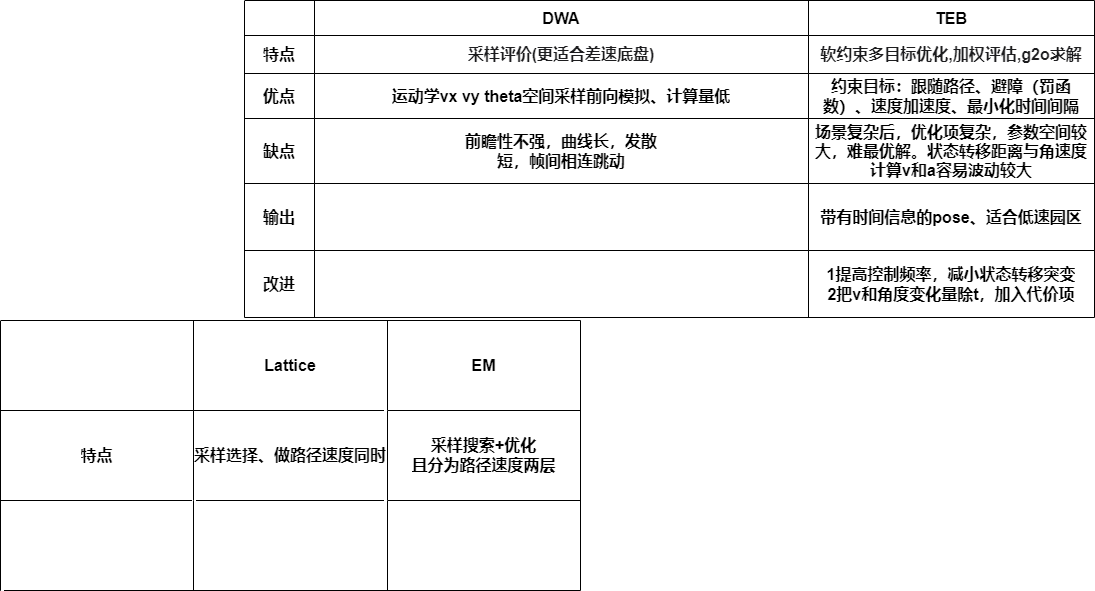
JonHarold/MAPF keeps this draw.io diagram as fisrst.drawio.png. Above is the earlier version. Source tidied: cells renumbered, new cells last; positions are measured from the earlier drawing's top-left corner, leaving out a move shared by most shapes.
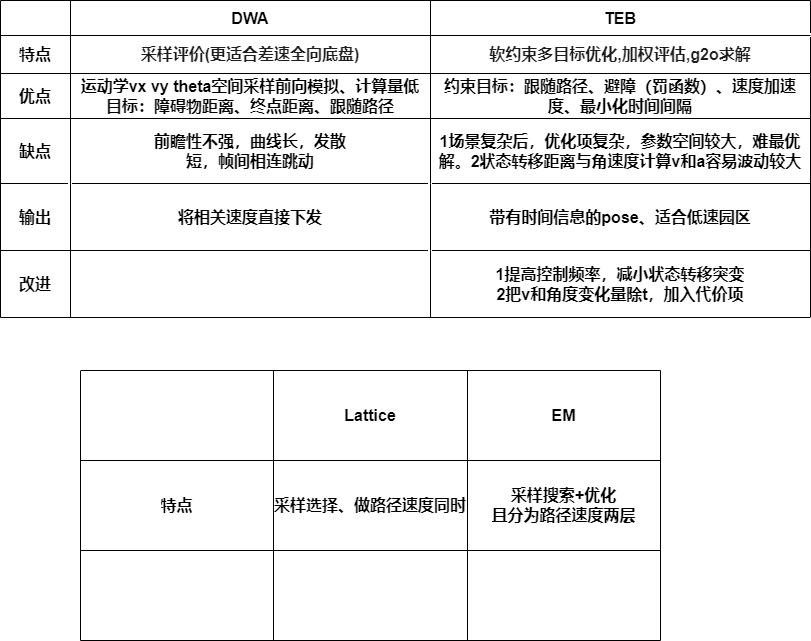
Later version of the same file.

The edit, as a diff of the source:
```diff
@@ -3,82 +3,82 @@
     <mxCell id="0" />
     <mxCell id="1" parent="0" />
     <mxCell id="2" style="shape=table;startSize=0;fontSize=16;fontStyle=1;" parent="1" vertex="1">
-      <mxGeometry x="244" width="850" height="317" as="geometry" />
+      <mxGeometry x="224" y="-50" width="810" height="317" as="geometry" />
     </mxCell>
     <mxCell id="3" style="shape=tableRow;horizontal=0;startSize=0;swimlaneHead=0;swimlaneBody=0;top=0;left=0;bottom=0;right=0;fillColor=none;fontSize=16;fontStyle=1;" parent="2" vertex="1">
-      <mxGeometry width="850" height="35" as="geometry" />
+      <mxGeometry width="810" height="35" as="geometry" />
     </mxCell>
     <mxCell id="4" style="shape=partialRectangle;html=1;whiteSpace=wrap;overflow=hidden;fillColor=none;top=0;left=0;bottom=0;right=0;fontSize=16;fontStyle=1;" parent="3" vertex="1">
       <mxGeometry width="70" height="35" as="geometry" />
     </mxCell>
     <mxCell id="5" value="DWA" style="shape=partialRectangle;html=1;whiteSpace=wrap;overflow=hidden;fillColor=none;top=0;left=0;bottom=0;right=0;fontSize=16;fontStyle=1;" parent="3" vertex="1">
-      <mxGeometry x="70" width="494" height="35" as="geometry" />
+      <mxGeometry x="70" width="360" height="35" as="geometry" />
     </mxCell>
     <mxCell id="6" value="TEB" style="shape=partialRectangle;html=1;whiteSpace=wrap;overflow=hidden;fillColor=none;top=0;left=0;bottom=0;right=0;fontSize=16;fontStyle=1;" parent="3" vertex="1">
-      <mxGeometry x="564" width="286" height="35" as="geometry" />
+      <mxGeometry x="430" width="380" height="35" as="geometry" />
     </mxCell>
     <mxCell id="7" style="shape=tableRow;horizontal=0;startSize=0;swimlaneHead=0;swimlaneBody=0;top=0;left=0;bottom=0;right=0;fillColor=none;fontSize=16;fontStyle=1;" parent="2" vertex="1">
-      <mxGeometry y="35" width="850" height="38" as="geometry" />
+      <mxGeometry y="35" width="810" height="38" as="geometry" />
     </mxCell>
     <mxCell id="8" value="特点" style="shape=partialRectangle;html=1;whiteSpace=wrap;overflow=hidden;fillColor=none;top=0;left=0;bottom=0;right=0;fontSize=16;fontStyle=1;" parent="7" vertex="1">
       <mxGeometry width="70" height="38" as="geometry" />
     </mxCell>
-    <mxCell id="9" value="&lt;span style=&quot;color: rgb(29, 29, 31); font-family: SourceSansPro, -apple-system, &amp;quot;PingFang SC&amp;quot;, &amp;quot;Apple Color Emoji&amp;quot;, BlinkMacSystemFont, Helvetica, Arial, &amp;quot;Segoe UI Emoji&amp;quot;, &amp;quot;Segoe UI Symbol&amp;quot;, &amp;quot;Microsoft YaHei&amp;quot;, 微软雅黑, 黑体, Heiti, sans-serif, SimSun, 宋体, serif; font-size: 16px; text-align: start; background-color: rgb(255, 255, 255);&quot;&gt;采样评价(更适合差速底盘)&lt;/span&gt;" style="shape=partialRectangle;html=1;whiteSpace=wrap;overflow=hidden;fillColor=none;top=0;left=0;bottom=0;right=0;fontSize=16;fontStyle=1;" parent="7" vertex="1">
-      <mxGeometry x="70" width="494" height="38" as="geometry" />
+    <mxCell id="9" value="&lt;span style=&quot;color: rgb(29, 29, 31); font-family: SourceSansPro, -apple-system, &amp;quot;PingFang SC&amp;quot;, &amp;quot;Apple Color Emoji&amp;quot;, BlinkMacSystemFont, Helvetica, Arial, &amp;quot;Segoe UI Emoji&amp;quot;, &amp;quot;Segoe UI Symbol&amp;quot;, &amp;quot;Microsoft YaHei&amp;quot;, 微软雅黑, 黑体, Heiti, sans-serif, SimSun, 宋体, serif; font-size: 16px; text-align: start; background-color: rgb(255, 255, 255);&quot;&gt;采样评价(更适合差速全向底盘)&lt;/span&gt;" style="shape=partialRectangle;html=1;whiteSpace=wrap;overflow=hidden;fillColor=none;top=0;left=0;bottom=0;right=0;fontSize=16;fontStyle=1;" parent="7" vertex="1">
+      <mxGeometry x="70" width="360" height="38" as="geometry" />
     </mxCell>
     <mxCell id="10" value="&lt;span style=&quot;color: rgb(29, 29, 31); font-family: SourceSansPro, -apple-system, &amp;quot;PingFang SC&amp;quot;, &amp;quot;Apple Color Emoji&amp;quot;, BlinkMacSystemFont, Helvetica, Arial, &amp;quot;Segoe UI Emoji&amp;quot;, &amp;quot;Segoe UI Symbol&amp;quot;, &amp;quot;Microsoft YaHei&amp;quot;, 微软雅黑, 黑体, Heiti, sans-serif, SimSun, 宋体, serif; font-size: 16px; text-align: start; background-color: rgb(255, 255, 255);&quot;&gt;软约束多目标优化,加权评估,g2o求解&lt;/span&gt;" style="shape=partialRectangle;html=1;whiteSpace=wrap;overflow=hidden;fillColor=none;top=0;left=0;bottom=0;right=0;fontSize=16;fontStyle=1;" parent="7" vertex="1">
-      <mxGeometry x="564" width="286" height="38" as="geometry" />
+      <mxGeometry x="430" width="380" height="38" as="geometry" />
     </mxCell>
     <mxCell id="11" style="shape=tableRow;horizontal=0;startSize=0;swimlaneHead=0;swimlaneBody=0;top=0;left=0;bottom=0;right=0;fillColor=none;fontSize=16;fontStyle=1;" parent="2" vertex="1">
-      <mxGeometry y="73" width="850" height="45" as="geometry" />
+      <mxGeometry y="73" width="810" height="45" as="geometry" />
     </mxCell>
     <mxCell id="12" value="优点" style="shape=partialRectangle;html=1;whiteSpace=wrap;overflow=hidden;fillColor=none;top=0;left=0;bottom=0;right=0;fontSize=16;fontStyle=1;" parent="11" vertex="1">
       <mxGeometry width="70" height="45" as="geometry" />
     </mxCell>
-    <mxCell id="13" value="运动学vx vy theta空间采样前向模拟、计算量低" style="shape=partialRectangle;html=1;whiteSpace=wrap;overflow=hidden;fillColor=none;top=0;left=0;bottom=0;right=0;fontSize=16;fontStyle=1;" parent="11" vertex="1">
-      <mxGeometry x="70" width="494" height="45" as="geometry" />
+    <mxCell id="13" value="运动学vx vy theta空间采样前向模拟、计算量低&lt;br&gt;目标：障碍物距离、终点距离、跟随路径" style="shape=partialRectangle;html=1;whiteSpace=wrap;overflow=hidden;fillColor=none;top=0;left=0;bottom=0;right=0;fontSize=16;fontStyle=1;" parent="11" vertex="1">
+      <mxGeometry x="70" width="360" height="45" as="geometry" />
     </mxCell>
     <mxCell id="14" value="约束目标：跟随路径、避障（罚函数）、速度加速度、最小化时间间隔" style="shape=partialRectangle;html=1;whiteSpace=wrap;overflow=hidden;fillColor=none;top=0;left=0;bottom=0;right=0;fontSize=16;fontStyle=1;" parent="11" vertex="1">
-      <mxGeometry x="564" width="286" height="45" as="geometry" />
+      <mxGeometry x="430" width="380" height="45" as="geometry" />
     </mxCell>
     <mxCell id="15" style="shape=tableRow;horizontal=0;startSize=0;swimlaneHead=0;swimlaneBody=0;top=0;left=0;bottom=0;right=0;fillColor=none;fontSize=16;fontStyle=1;" parent="2" vertex="1">
-      <mxGeometry y="118" width="850" height="65" as="geometry" />
+      <mxGeometry y="118" width="810" height="65" as="geometry" />
     </mxCell>
     <mxCell id="16" value="缺点" style="shape=partialRectangle;html=1;whiteSpace=wrap;overflow=hidden;fillColor=none;top=0;left=0;bottom=0;right=0;fontSize=16;fontStyle=1;" parent="15" vertex="1">
       <mxGeometry width="70" height="65" as="geometry" />
     </mxCell>
     <mxCell id="17" value="前瞻性不强，曲线长，发散&lt;br style=&quot;font-size: 16px;&quot;&gt;短，帧间相连跳动" style="shape=partialRectangle;html=1;whiteSpace=wrap;overflow=hidden;fillColor=none;top=0;left=0;bottom=0;right=0;fontSize=16;fontStyle=1;" parent="15" vertex="1">
-      <mxGeometry x="70" width="494" height="65" as="geometry" />
+      <mxGeometry x="70" width="360" height="65" as="geometry" />
     </mxCell>
-    <mxCell id="18" value="场景复杂后，优化项复杂，参数空间较大，难最优解。状态转移距离与角速度计算v和a容易波动较大" style="shape=partialRectangle;html=1;whiteSpace=wrap;overflow=hidden;fillColor=none;top=0;left=0;bottom=0;right=0;fontSize=16;fontStyle=1;" parent="15" vertex="1">
-      <mxGeometry x="564" width="286" height="65" as="geometry" />
+    <mxCell id="18" value="1场景复杂后，优化项复杂，参数空间较大，难最优解。2状态转移距离与角速度计算v和a容易波动较大" style="shape=partialRectangle;html=1;whiteSpace=wrap;overflow=hidden;fillColor=none;top=0;left=0;bottom=0;right=0;fontSize=16;fontStyle=1;" parent="15" vertex="1">
+      <mxGeometry x="430" width="380" height="65" as="geometry" />
     </mxCell>
     <mxCell id="19" style="shape=tableRow;horizontal=0;startSize=0;swimlaneHead=0;swimlaneBody=0;top=0;left=0;bottom=0;right=0;fillColor=none;fontSize=16;fontStyle=1;" parent="2" vertex="1">
-      <mxGeometry y="183" width="850" height="67" as="geometry" />
+      <mxGeometry y="183" width="810" height="67" as="geometry" />
     </mxCell>
     <mxCell id="20" value="输出" style="shape=partialRectangle;html=1;whiteSpace=wrap;overflow=hidden;fillColor=none;top=0;left=0;bottom=0;right=0;fontSize=16;fontStyle=1;" parent="19" vertex="1">
       <mxGeometry width="70" height="67" as="geometry" />
     </mxCell>
-    <mxCell id="21" style="shape=partialRectangle;html=1;whiteSpace=wrap;overflow=hidden;fillColor=none;top=0;left=0;bottom=0;right=0;fontSize=16;fontStyle=1;" parent="19" vertex="1">
-      <mxGeometry x="70" width="494" height="67" as="geometry" />
+    <mxCell id="21" value="将相关速度直接下发" style="shape=partialRectangle;html=1;whiteSpace=wrap;overflow=hidden;fillColor=none;top=0;left=0;bottom=0;right=0;fontSize=16;fontStyle=1;" parent="19" vertex="1">
+      <mxGeometry x="70" width="360" height="67" as="geometry" />
     </mxCell>
     <mxCell id="22" value="带有时间信息的pose、适合低速园区" style="shape=partialRectangle;html=1;whiteSpace=wrap;overflow=hidden;fillColor=none;top=0;left=0;bottom=0;right=0;fontSize=16;fontStyle=1;" parent="19" vertex="1">
-      <mxGeometry x="564" width="286" height="67" as="geometry" />
+      <mxGeometry x="430" width="380" height="67" as="geometry" />
     </mxCell>
     <mxCell id="23" style="shape=tableRow;horizontal=0;startSize=0;swimlaneHead=0;swimlaneBody=0;top=0;left=0;bottom=0;right=0;fillColor=none;fontSize=16;fontStyle=1;" parent="2" vertex="1">
-      <mxGeometry y="250" width="850" height="67" as="geometry" />
+      <mxGeometry y="250" width="810" height="67" as="geometry" />
     </mxCell>
     <mxCell id="24" value="改进" style="shape=partialRectangle;html=1;whiteSpace=wrap;overflow=hidden;fillColor=none;top=0;left=0;bottom=0;right=0;fontSize=16;fontStyle=1;" parent="23" vertex="1">
       <mxGeometry width="70" height="67" as="geometry" />
     </mxCell>
     <mxCell id="25" style="shape=partialRectangle;html=1;whiteSpace=wrap;overflow=hidden;fillColor=none;top=0;left=0;bottom=0;right=0;fontSize=16;fontStyle=1;" parent="23" vertex="1">
-      <mxGeometry x="70" width="494" height="67" as="geometry" />
+      <mxGeometry x="70" width="360" height="67" as="geometry" />
     </mxCell>
     <mxCell id="26" value="1提高控制频率，减小状态转移突变&lt;br&gt;2把v和角度变化量除t，加入代价项" style="shape=partialRectangle;html=1;whiteSpace=wrap;overflow=hidden;fillColor=none;top=0;left=0;bottom=0;right=0;fontSize=16;fontStyle=1;" parent="23" vertex="1">
-      <mxGeometry x="564" width="286" height="67" as="geometry" />
+      <mxGeometry x="430" width="380" height="67" as="geometry" />
     </mxCell>
     <mxCell id="27" style="shape=table;startSize=0;fontSize=16;fontStyle=1;" parent="1" vertex="1">
-      <mxGeometry y="320" width="580" height="270" as="geometry" />
+      <mxGeometry x="304" y="320" width="580" height="270" as="geometry" />
     </mxCell>
     <mxCell id="28" style="shape=tableRow;horizontal=0;startSize=0;swimlaneHead=0;swimlaneBody=0;top=0;left=0;bottom=0;right=0;fillColor=none;fontSize=16;fontStyle=1;" parent="27" vertex="1">
       <mxGeometry width="580" height="90" as="geometry" />
```
